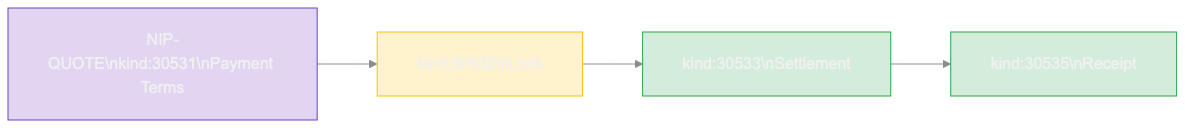
The Mermaid diagram images/escrow-4.png in forgesworn/nip-drafts, before a commit. Its source is kept beside it as images/escrow-4.mmd. The source it was exported from:
```mermaid
flowchart LR
    NQ["NIP-QUOTE\nkind:30531\nPayment Terms"]
    L["kind:30532\nLock"]
    S["kind:30533\nSettlement"]
    Rcpt["kind:30535\nReceipt"]

    NQ --> L
    L --> S
    S --> Rcpt

    style NQ fill:#e2d5f1,stroke:#6f42c1
    style L fill:#fff3cd,stroke:#ffc107
    style S fill:#d4edda,stroke:#28a745
    style Rcpt fill:#d4edda,stroke:#28a745
```
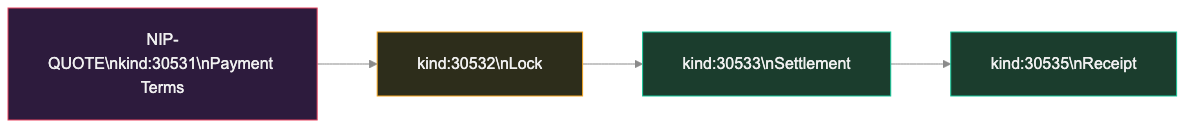
Above is the later version.

What changed in the source:
```diff
@@ -8,7 +8,7 @@
     L --> S
     S --> Rcpt
 
-    style NQ fill:#e2d5f1,stroke:#6f42c1
-    style L fill:#fff3cd,stroke:#ffc107
-    style S fill:#d4edda,stroke:#28a745
-    style Rcpt fill:#d4edda,stroke:#28a745
+    style NQ fill:#2d1b3d,stroke:#e94560
+    style L fill:#2d2d1b,stroke:#f5a623
+    style S fill:#1b3d2d,stroke:#16c79a
+    style Rcpt fill:#1b3d2d,stroke:#16c79a
```
